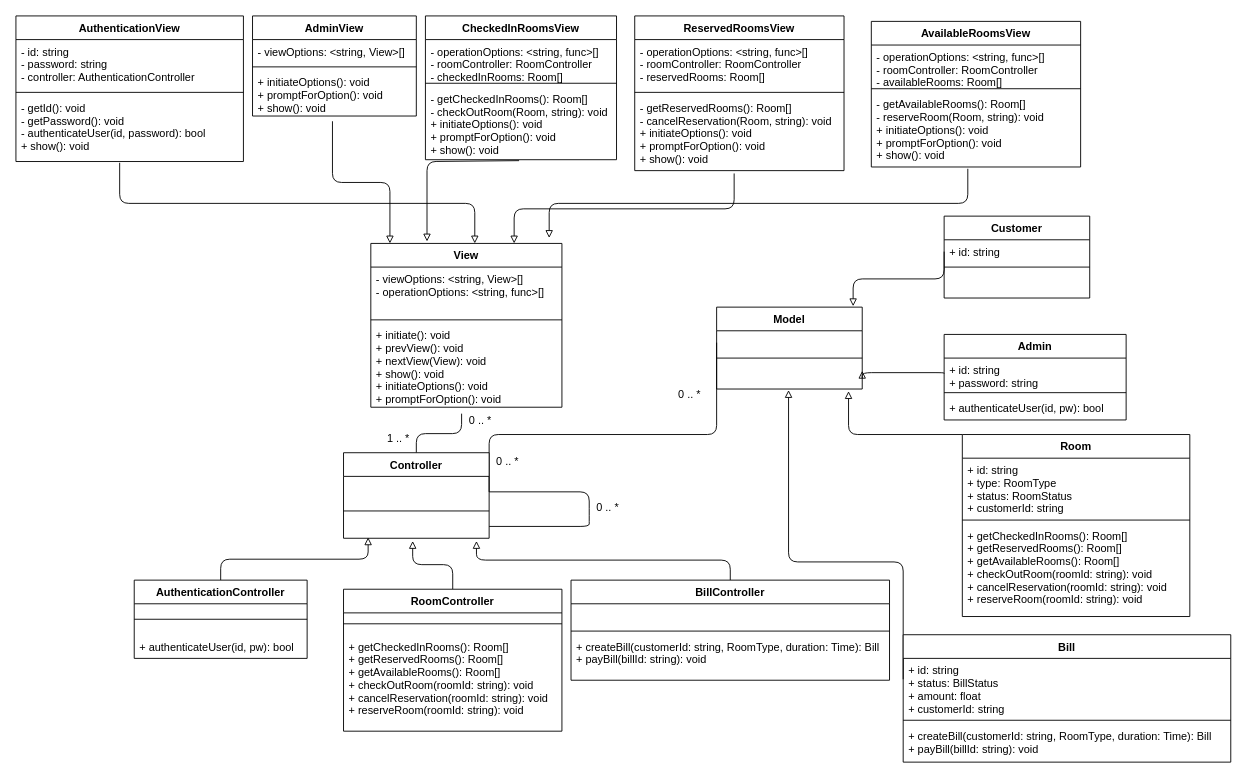
Before: Diagrams/ClassDiagram/Class Diagram.drawio in mclhtay/CS4471, a draw.io diagram. Source tidied: cells renumbered, new cells numbered last; positions are measured from the earlier drawing's top-left corner, leaving out a move shared by most shapes. Both pictures are drawn from the tidied source at 91%, with x=0, y=0 at pixel (15, 15).
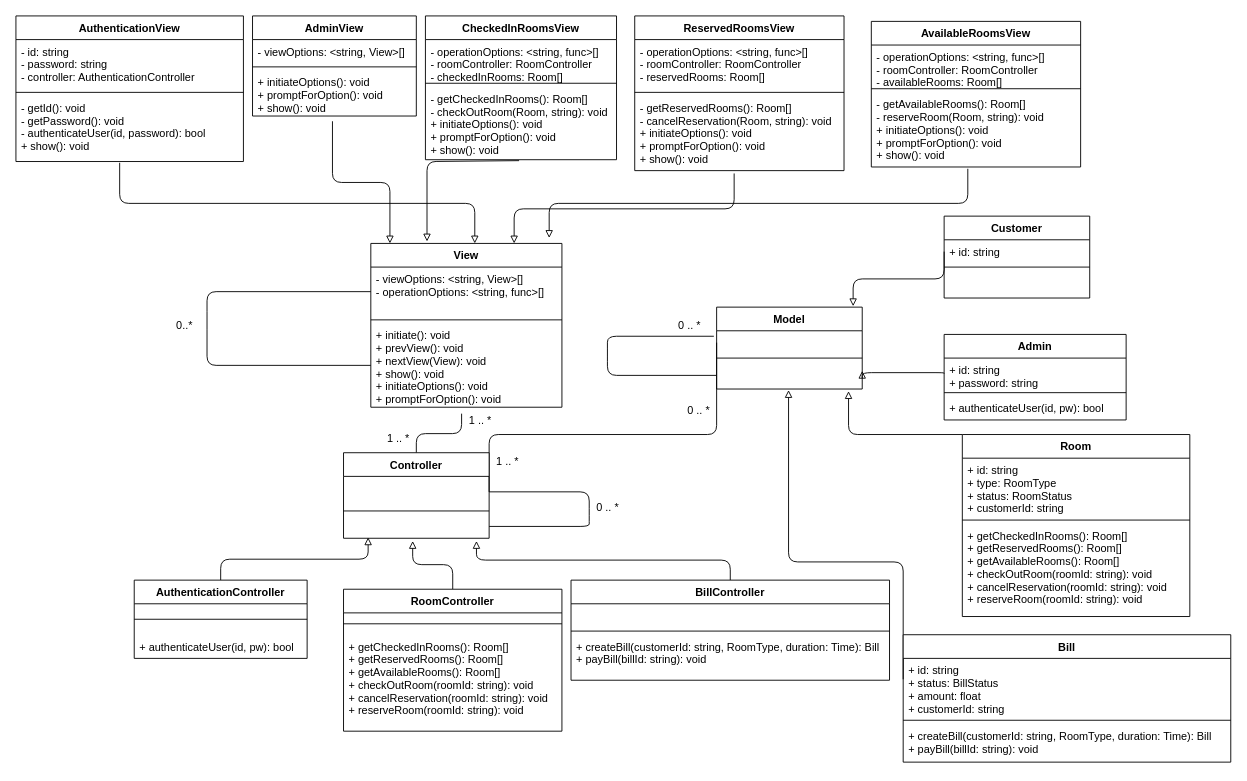
After the change.

Commit message:
change controller relationships in class diagram

Unchanged cells that the change refers to:
```xml
<mxCell id="21" value="View" style="swimlane;fontStyle=1;align=center;verticalAlign=top;horizontal=1;startSize=26;" parent="1" vertex="1">
  <mxGeometry x="390" y="250" width="210" height="180" as="geometry" />
</mxCell>
<mxCell id="22" value="- viewOptions: &lt;string, View&gt;[]&#10;- operationOptions: &lt;string, func&gt;[]" style="text;strokeColor=none;fillColor=none;align=left;verticalAlign=top;spacingLeft=4;spacingRight=4;overflow=hidden;points=[[0,0.5],[1,0.5]];portConstraint=eastwest;" parent="21" vertex="1">
  <mxGeometry y="26" width="210" height="54" as="geometry" />
</mxCell>
<mxCell id="24" value="+ initiate(): void&#10;+ prevView(): void&#10;+ nextView(View): void&#10;+ show(): void&#10;+ initiateOptions(): void&#10;+ promptForOption(): void" style="text;strokeColor=none;fillColor=none;align=left;verticalAlign=top;spacingLeft=4;spacingRight=4;overflow=hidden;points=[[0,0.5],[1,0.5]];portConstraint=eastwest;" parent="21" vertex="1">
  <mxGeometry y="88" width="210" height="92" as="geometry" />
</mxCell>
<mxCell id="41" value="Model" style="swimlane;fontStyle=1;align=center;verticalAlign=top;horizontal=1;startSize=26;" parent="1" vertex="1">
  <mxGeometry x="770" y="320" width="160" height="90" as="geometry" />
</mxCell>
<mxCell id="42" value=" &#10;" style="text;strokeColor=none;fillColor=none;align=left;verticalAlign=top;spacingLeft=4;spacingRight=4;overflow=hidden;points=[[0,0.5],[1,0.5]];portConstraint=eastwest;" parent="41" vertex="1">
  <mxGeometry y="26" width="160" height="26" as="geometry" />
</mxCell>
<mxCell id="44" value=" &#10;" style="text;strokeColor=none;fillColor=none;align=left;verticalAlign=top;spacingLeft=4;spacingRight=4;overflow=hidden;points=[[0,0.5],[1,0.5]];portConstraint=eastwest;" parent="41" vertex="1">
  <mxGeometry y="60" width="160" height="30" as="geometry" />
</mxCell>
```

What changed in the source:
```diff
@@
-    <mxCell id="12" value="0 .. *" style="text;html=1;align=center;verticalAlign=middle;" parent="1" vertex="1">
+    <mxCell id="12" value="1 .. *" style="text;html=1;align=center;verticalAlign=middle;" parent="1" vertex="1">
       <mxGeometry x="490" y="435" width="40" height="20" as="geometry" />
     </mxCell>
@@
     <mxCell id="18" value="0 .. *" style="text;html=1;align=center;verticalAlign=middle;" parent="1" vertex="1">
-      <mxGeometry x="720" y="406" width="40" height="20" as="geometry" />
+      <mxGeometry x="730" y="424" width="40" height="20" as="geometry" />
     </mxCell>
-    <mxCell id="19" value="0 .. *" style="text;html=1;align=center;verticalAlign=middle;" parent="1" vertex="1">
+    <mxCell id="19" value="1 .. *" style="text;html=1;align=center;verticalAlign=middle;" parent="1" vertex="1">
       <mxGeometry x="520" y="480" width="40" height="20" as="geometry" />
     </mxCell>
@@
+    <mxCell id="80" style="endArrow=none;html=1;entryX=0;entryY=0.5;entryDx=0;entryDy=0;exitX=0;exitY=0.5;exitDx=0;exitDy=0;" parent="21" edge="1" source="24" target="22">
+      <mxGeometry relative="1" as="geometry">
+        <Array as="points">
+          <mxPoint x="-180" y="134" />
+          <mxPoint x="-180" y="85" />
+          <mxPoint x="-180" y="53" />
+        </Array>
+      </mxGeometry>
+    </mxCell>
@@
+    <mxCell id="81" style="endArrow=none;html=1;entryX=-0.019;entryY=0.231;entryDx=0;entryDy=0;entryPerimeter=0;exitX=0;exitY=0.5;exitDx=0;exitDy=0;" parent="41" edge="1" source="44" target="42">
+      <mxGeometry relative="1" as="geometry">
+        <Array as="points">
+          <mxPoint x="-120" y="75" />
+          <mxPoint x="-120" y="55" />
+          <mxPoint x="-120" y="32" />
+        </Array>
+      </mxGeometry>
+    </mxCell>
@@
+    <mxCell id="82" value="0..*" style="text;html=1;align=center;verticalAlign=middle;" parent="1" vertex="1">
+      <mxGeometry x="170" y="330" width="30" height="20" as="geometry" />
+    </mxCell>
+    <mxCell id="83" value="0 .. *" style="text;html=1;align=center;verticalAlign=middle;" parent="1" vertex="1">
+      <mxGeometry x="720" y="330" width="40" height="20" as="geometry" />
+    </mxCell>
```
